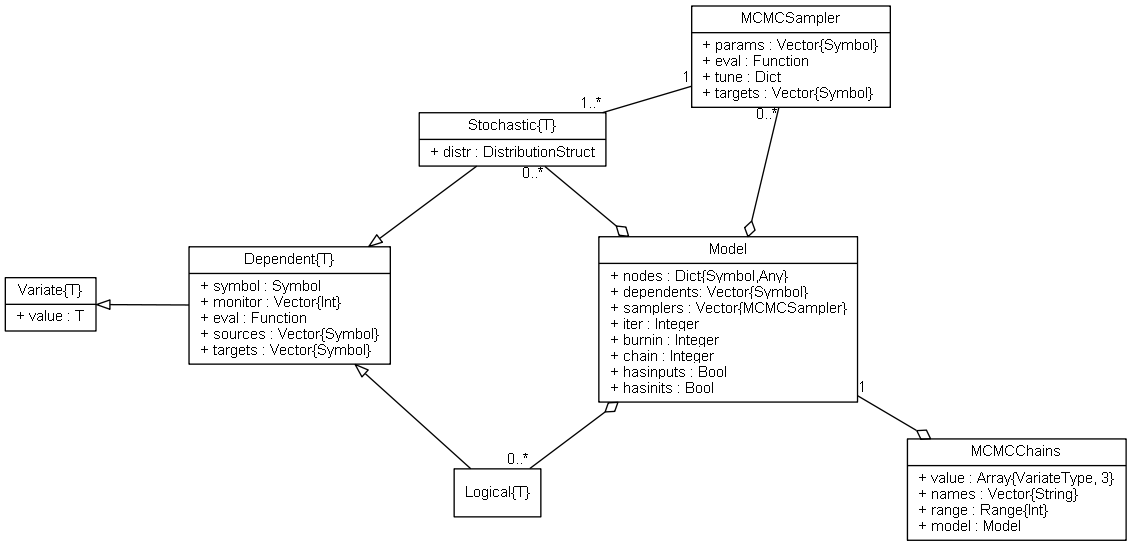
brian-j-smith/Mamba.jl keeps this Graphviz diagram as doc/images/mcmcUML.png. Above is the earlier version. Its source is kept beside it as doc/images/mcmcUML.dot.
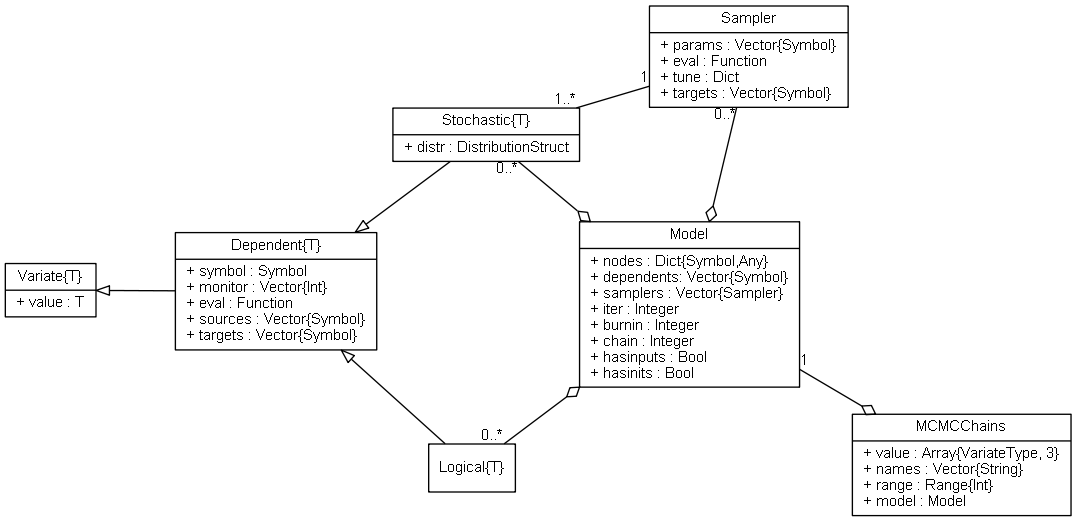
After the change.

Diff of the diagram source:
```diff
@@ -16,17 +16,17 @@
 
 	Stochastic [label = "{Stochastic\{T\}|+ distr : DistributionStruct\l}"]
 
-	MCMCSampler [label = "{MCMCSampler|+ params : Vector\{Symbol\}\l+ eval : Function\l+ tune : Dict\l+ targets : Vector\{Symbol\}\l}"]
+	Sampler [label = "{Sampler|+ params : Vector\{Symbol\}\l+ eval : Function\l+ tune : Dict\l+ targets : Vector\{Symbol\}\l}"]
 
-	Model [label = "{Model|+ nodes : Dict\{Symbol,Any\}\l+ dependents: Vector\{Symbol\}\l+ samplers : Vector\{MCMCSampler\}\l+ iter : Integer\l+ burnin : Integer\l+ chain : Integer\l+ hasinputs : Bool\l+ hasinits : Bool\l}"]
+	Model [label = "{Model|+ nodes : Dict\{Symbol,Any\}\l+ dependents: Vector\{Symbol\}\l+ samplers : Vector\{Sampler\}\l+ iter : Integer\l+ burnin : Integer\l+ chain : Integer\l+ hasinputs : Bool\l+ hasinits : Bool\l}"]
 
 	MCMCChains [label = "{MCMCChains|+ value : Array\{VariateType, 3\}\l+ names : Vector\{String\}\l+ range : Range\{Int\}\l+ model : Model\l}"]
 
 	Dependent -- Variate[len = 0.9, arrowhead = empty]
 	Logical -- Dependent[arrowhead = empty]
 	Stochastic -- Dependent[arrowhead = empty]
-	MCMCSampler -- Stochastic[len = 1.2, taillabel = "1", headlabel = "1..*"]
-	Model -- MCMCSampler[arrowtail = odiamond, headlabel = "0..*"]
+	Sampler -- Stochastic[len = 1.2, taillabel = "1", headlabel = "1..*"]
+	Model -- Sampler[arrowtail = odiamond, headlabel = "0..*"]
 	Model -- Logical[arrowtail = odiamond, headlabel = "0..*"]
 	Model -- Stochastic[arrowtail = odiamond, headlabel = "0..*"]
 	MCMCChains -- Model[len = 1.2, arrowtail = odiamond, headlabel = "1"]
```
